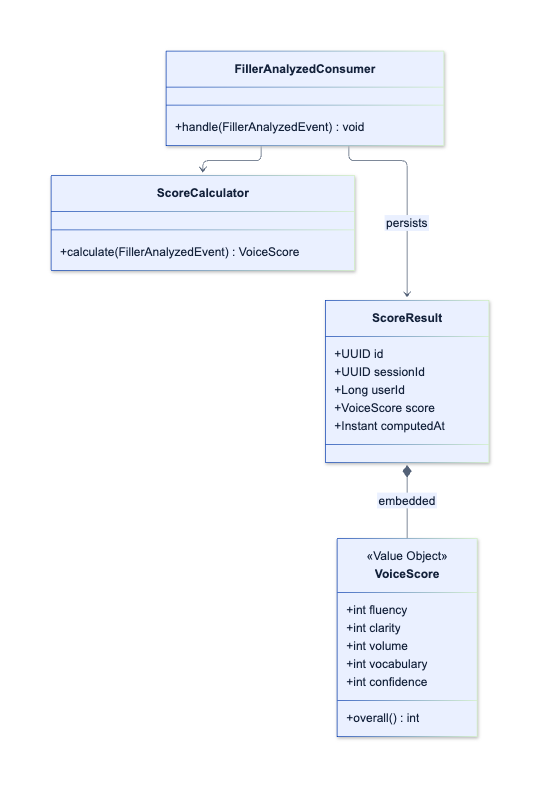
The Mermaid diagram assets/diagrams/tactical/03-scoring-feedback-classes.png in upc-pre-202620-si728-16365-thropic/talki-project-report, before a commit. Its source is kept beside it as assets/diagrams/tactical/03-scoring-feedback-classes.mmd.
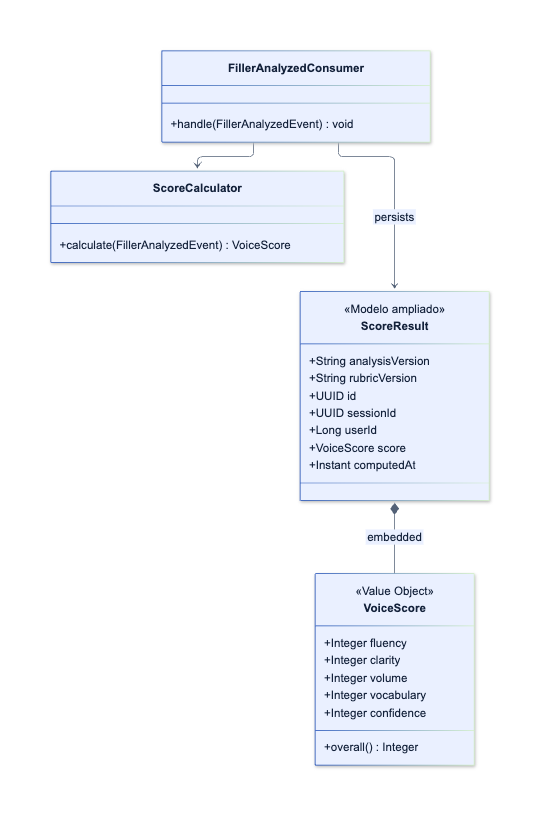
Later version of the same file.

What changed in the source:
```diff
@@ -1,5 +1,8 @@
 classDiagram
     class ScoreResult {
+        <<Modelo ampliado>>
+        +String analysisVersion
+        +String rubricVersion
         +UUID id
         +UUID sessionId
         +Long userId
@@ -8,12 +11,12 @@
     }
     class VoiceScore {
         <<Value Object>>
-        +int fluency
-        +int clarity
-        +int volume
-        +int vocabulary
-        +int confidence
-        +overall() int
+        +Integer fluency
+        +Integer clarity
+        +Integer volume
+        +Integer vocabulary
+        +Integer confidence
+        +overall() Integer
     }
     class ScoreCalculator {
         +calculate(FillerAnalyzedEvent) VoiceScore
```
